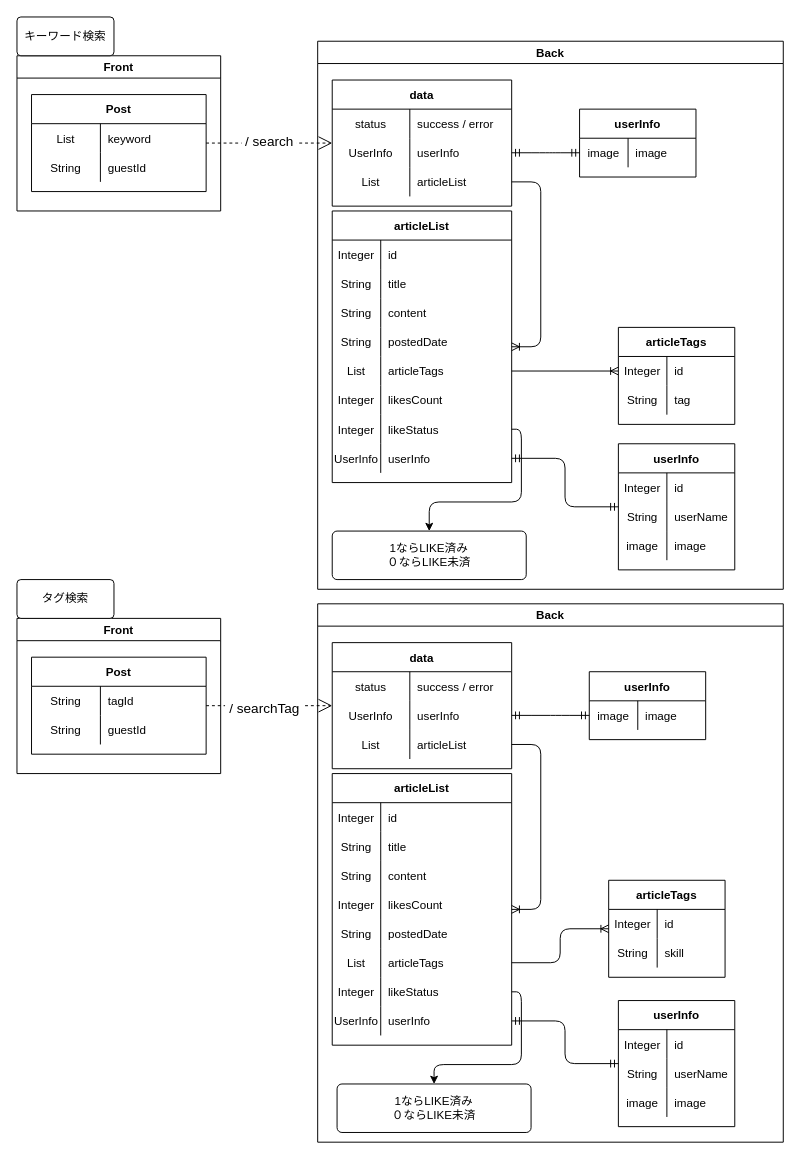
yusuke-rakus/Qiish keeps this draw.io diagram as page "[表示]検索記事一覧" (3 of 23) of Designs/基本設計.drawio. Above is the earlier version. Source tidied: cells renumbered, new cells numbered last; positions are measured from the earlier drawing's top-left corner, leaving out a move shared by most shapes. Both pictures are drawn from the tidied source at 97%, with x=0, y=0 at pixel (16, 16).
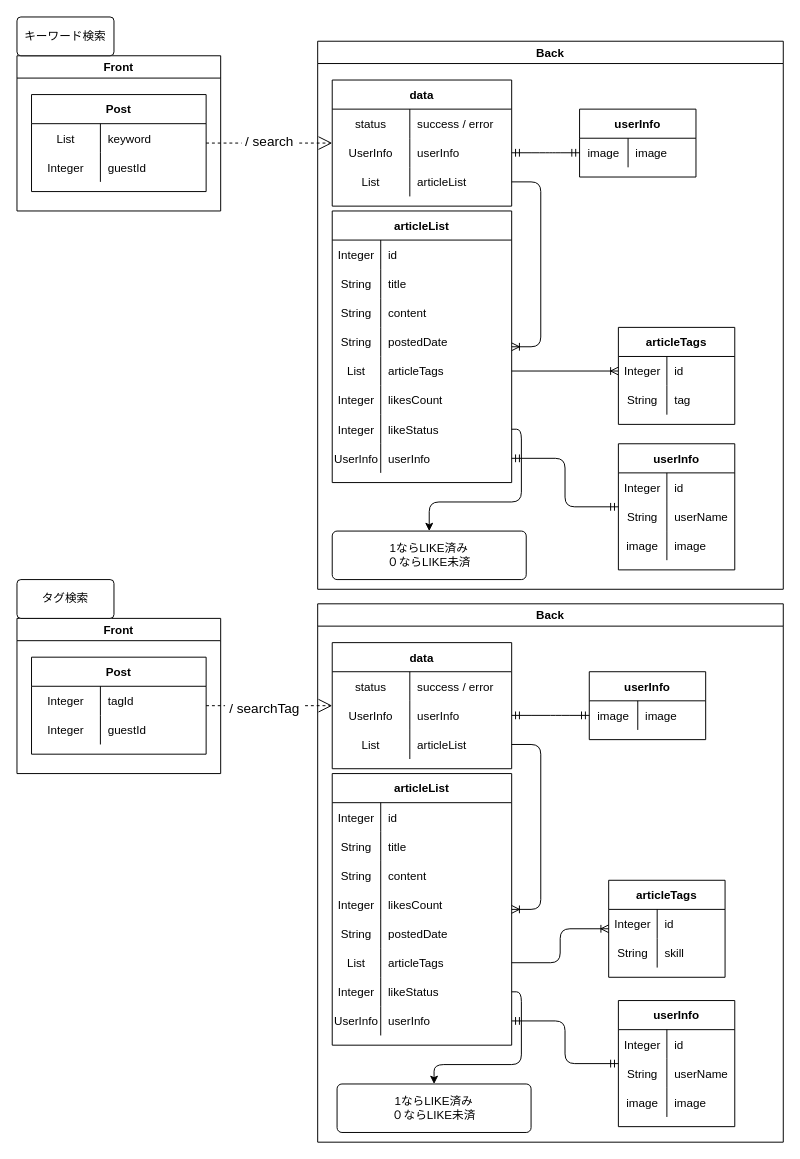
Above is the later version.

Unchanged cells that the change refers to:
```xml
<mxCell id="72" style="shape=partialRectangle;fillColor=none;top=0;left=0;bottom=0;right=0;" parent="68" vertex="1">
  <mxGeometry y="60" width="180" height="30" as="geometry" />
</mxCell>
<mxCell id="142" style="shape=partialRectangle;fillColor=none;top=0;left=0;bottom=0;right=0;" parent="141" vertex="1">
  <mxGeometry y="30" width="180" height="30" as="geometry" />
</mxCell>
<mxCell id="145" style="shape=partialRectangle;fillColor=none;top=0;left=0;bottom=0;right=0;" parent="141" vertex="1">
  <mxGeometry y="60" width="180" height="30" as="geometry" />
</mxCell>
```

Change to the diagram source:
```diff
@@
-    <mxCell id="73" value="String" style="shape=partialRectangle;fillColor=none;top=0;left=0;bottom=0;right=0;overflow=hidden;" parent="72" vertex="1">
+    <mxCell id="73" value="Integer" style="shape=partialRectangle;fillColor=none;top=0;left=0;bottom=0;right=0;overflow=hidden;" parent="72" vertex="1">
       <mxGeometry width="71" height="30" as="geometry" />
     </mxCell>
@@
-    <mxCell id="143" value="String" style="shape=partialRectangle;fillColor=none;top=0;left=0;bottom=0;right=0;overflow=hidden;" parent="142" vertex="1">
+    <mxCell id="143" value="Integer" style="shape=partialRectangle;fillColor=none;top=0;left=0;bottom=0;right=0;overflow=hidden;" parent="142" vertex="1">
       <mxGeometry width="71" height="30" as="geometry" />
     </mxCell>
@@
-    <mxCell id="146" value="String" style="shape=partialRectangle;fillColor=none;top=0;left=0;bottom=0;right=0;overflow=hidden;" parent="145" vertex="1">
+    <mxCell id="146" value="Integer" style="shape=partialRectangle;fillColor=none;top=0;left=0;bottom=0;right=0;overflow=hidden;" parent="145" vertex="1">
       <mxGeometry width="71" height="30" as="geometry" />
     </mxCell>
```
